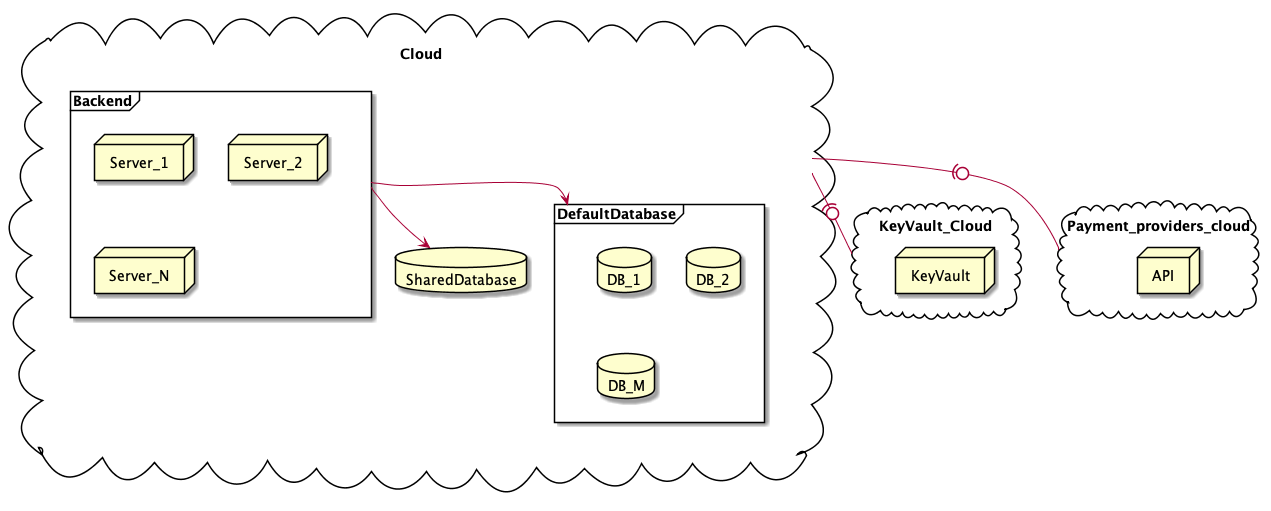
Earlier version of the PlantUML export out/ABS/model/diagram/proof_of_concept/DeploymentDiagram/DeploymentDiagram.png (jstorm31/capita-selecta-project). Its diagram source:
```plantuml
@startuml

cloud KeyVault_Cloud {
    node KeyVault
}

cloud Payment_providers_cloud {
    node API
}

cloud Cloud {
    frame Backend {
        node Server_1
        node Server_2
        node Server_N
    }
    frame DefaultDatabase {
        database DB_1
        database DB_2
        database DB_M
    }
    database SharedDatabase
}

Cloud -(0- KeyVault_Cloud
Cloud -(0- Payment_providers_cloud
Backend --> DefaultDatabase
Backend --> SharedDatabase

@enduml
```
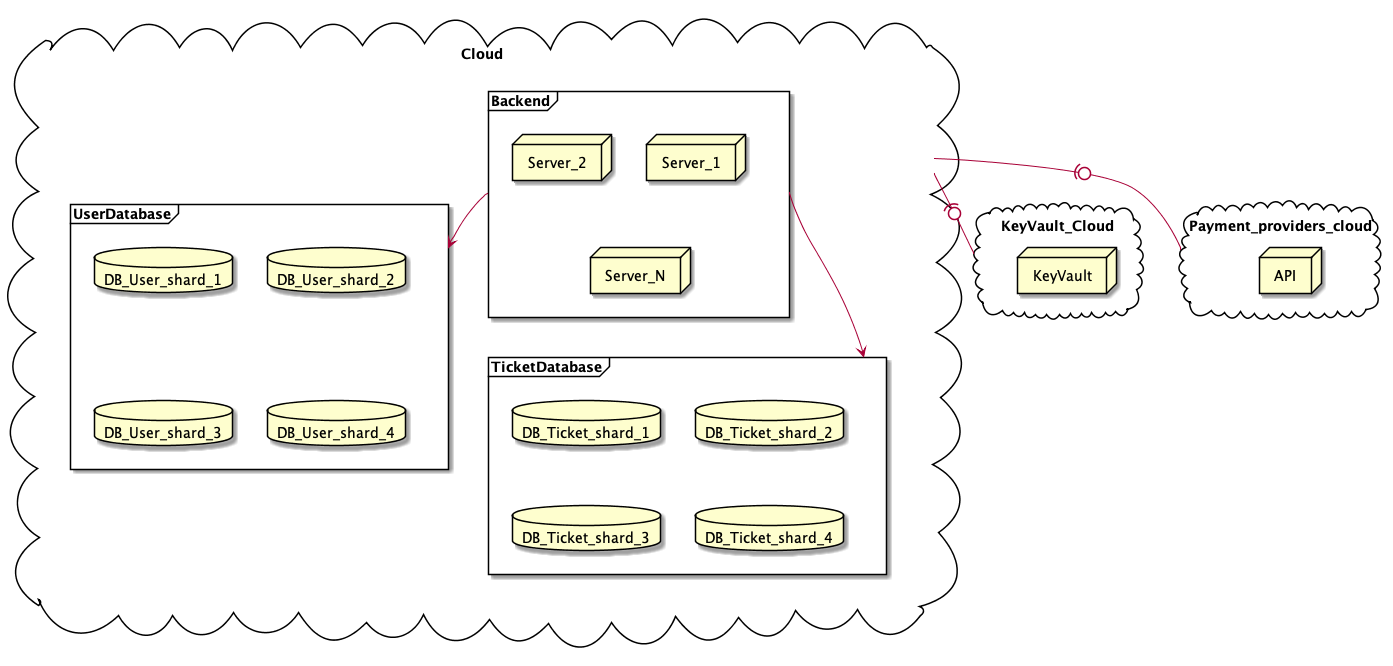
Later version of the same file.

Change to the diagram source:
```diff
@@ -14,17 +14,23 @@
         node Server_2
         node Server_N
     }
-    frame DefaultDatabase {
-        database DB_1
-        database DB_2
-        database DB_M
+    frame UserDatabase {
+        database DB_User_shard_1
+        database DB_User_shard_2
+        database DB_User_shard_3
+        database DB_User_shard_4
     }
-    database SharedDatabase
+    frame TicketDatabase {
+        database DB_Ticket_shard_1
+        database DB_Ticket_shard_2
+        database DB_Ticket_shard_3
+        database DB_Ticket_shard_4
+    }
 }
 
 Cloud -(0- KeyVault_Cloud
 Cloud -(0- Payment_providers_cloud
-Backend --> DefaultDatabase
-Backend --> SharedDatabase
+Backend --> UserDatabase
+Backend --> TicketDatabase
 
 @enduml
```
